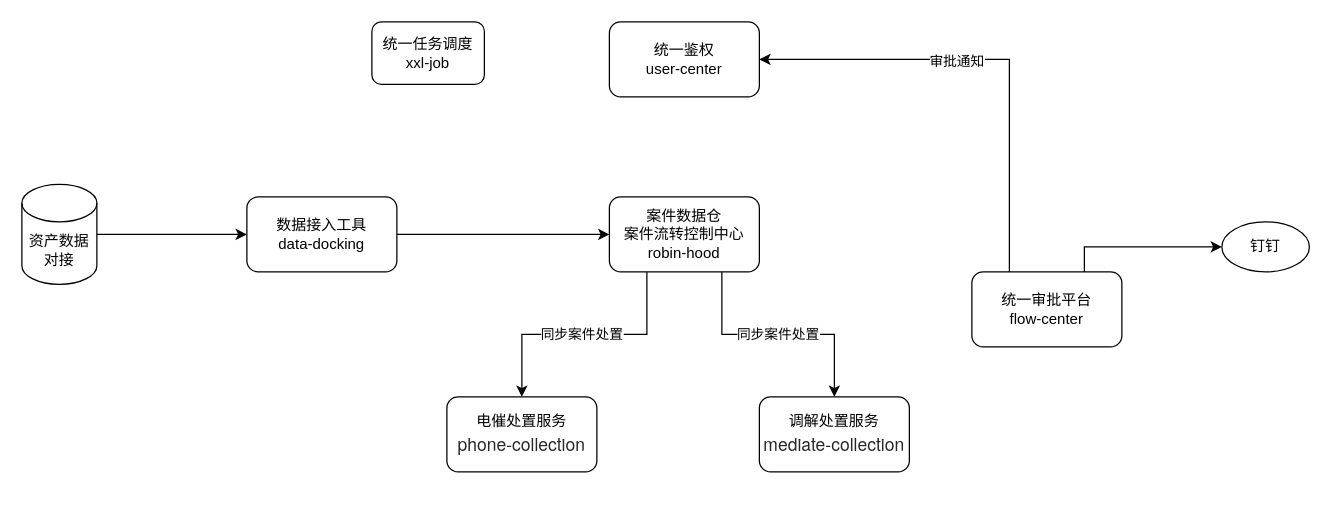
chaomings/simple keeps this draw.io diagram as Untitled Diagram.drawio. Above is the earlier version. Source tidied: cells renumbered, new cells numbered last; positions are measured from the earlier drawing's top-left corner, leaving out a move shared by most shapes. Both pictures are drawn from the tidied source at 125%, with x=0, y=0 at pixel (21, 21).
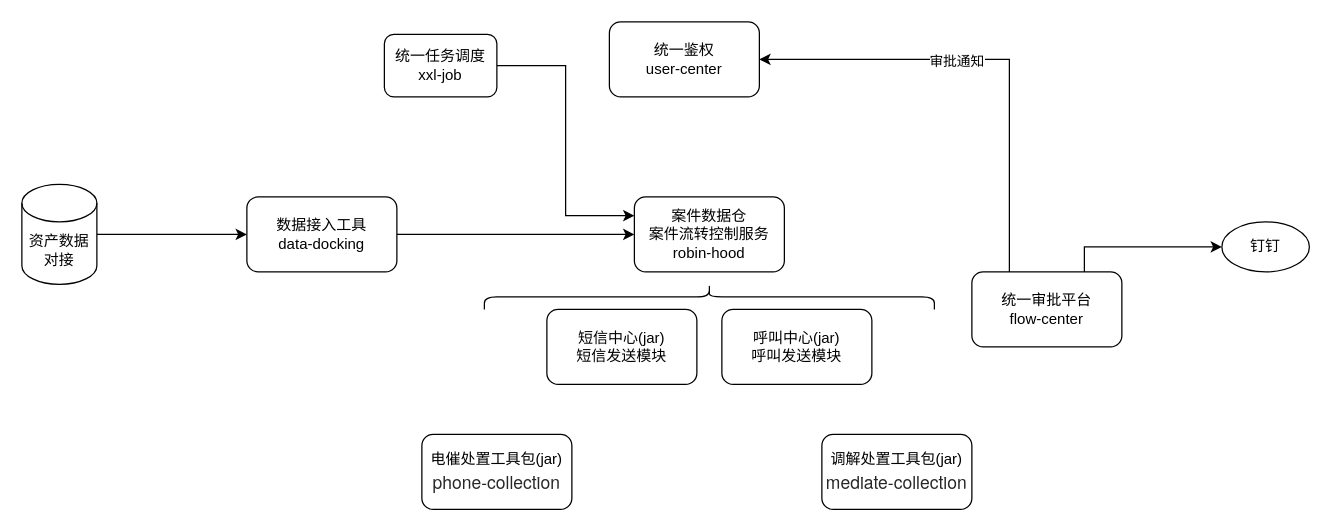
The same page after the edit.

What changed in the source:
```diff
@@
 <mxGraphModel>
   <root>
     <mxCell id="0" />
     <mxCell id="1" parent="0" />
     <mxCell id="2" value="统一鉴权&lt;br&gt;user-center" style="rounded=1;whiteSpace=wrap;html=1;" parent="1" vertex="1">
       <mxGeometry x="470" width="120" height="60" as="geometry" />
     </mxCell>
     <mxCell id="3" style="edgeStyle=orthogonalEdgeStyle;rounded=0;jettySize=auto;html=1;" parent="1" edge="1" source="4" target="10">
       <mxGeometry relative="1" as="geometry" />
     </mxCell>
     <mxCell id="4" value="数据接入工具&lt;br&gt;data-docking" style="rounded=1;whiteSpace=wrap;html=1;" parent="1" vertex="1">
       <mxGeometry x="180" y="140" width="120" height="60" as="geometry" />
     </mxCell>
     <mxCell id="5" style="edgeStyle=orthogonalEdgeStyle;rounded=0;jettySize=auto;html=1;entryX=0;entryY=0.5;entryDx=0;entryDy=0;" parent="1" edge="1" source="6" target="4">
       <mxGeometry relative="1" as="geometry" />
     </mxCell>
     <mxCell id="6" value="资产数据对接" style="shape=cylinder3;whiteSpace=wrap;html=1;boundedLbl=1;backgroundOutline=1;size=15;" parent="1" vertex="1">
       <mxGeometry y="130" width="60" height="80" as="geometry" />
     </mxCell>
-    <mxCell id="7" style="edgeStyle=orthogonalEdgeStyle;rounded=0;jettySize=auto;html=1;exitX=0.25;exitY=1;exitDx=0;exitDy=0;" parent="1" edge="1" source="10" target="11">
-      <mxGeometry relative="1" as="geometry" />
-    </mxCell>
-    <mxCell id="8" value="同步案件处置" style="edgeLabel;html=1;align=center;verticalAlign=middle;" parent="7" vertex="1">
-      <mxGeometry x="0.03" y="-1" relative="1" as="geometry" />
-    </mxCell>
-    <mxCell id="9" value="同步案件处置" style="edgeStyle=orthogonalEdgeStyle;rounded=0;jettySize=auto;html=1;exitX=0.75;exitY=1;exitDx=0;exitDy=0;" parent="1" edge="1" source="10" target="12">
-      <mxGeometry relative="1" as="geometry" />
-    </mxCell>
-    <mxCell id="10" value="案件数据仓&lt;br&gt;案件流转控制中心&lt;br&gt;robin-hood" style="rounded=1;whiteSpace=wrap;html=1;" parent="1" vertex="1">
-      <mxGeometry x="470" y="140" width="120" height="60" as="geometry" />
+    <mxCell id="10" value="案件数据仓&lt;br&gt;案件流转控制服务&lt;br&gt;robin-hood" style="rounded=1;whiteSpace=wrap;html=1;" parent="1" vertex="1">
+      <mxGeometry x="490" y="140" width="120" height="60" as="geometry" />
     </mxCell>
-    <mxCell id="11" value="电催处置服务&lt;br&gt;&lt;p class=&quot;p1&quot; style=&quot;margin: 0px ; font-stretch: normal ; font-size: 14px ; line-height: normal ; font-family: &amp;#34;helvetica neue&amp;#34; ; color: rgba(0 , 0 , 0 , 0.85)&quot;&gt;phone-collection&lt;/p&gt;" style="rounded=1;whiteSpace=wrap;html=1;" parent="1" vertex="1">
-      <mxGeometry x="340" y="300" width="120" height="60" as="geometry" />
+    <mxCell id="11" value="电催处置工具包(jar)&lt;br&gt;&lt;p class=&quot;p1&quot; style=&quot;margin: 0px ; font-stretch: normal ; font-size: 14px ; line-height: normal ; font-family: &amp;#34;helvetica neue&amp;#34; ; color: rgba(0 , 0 , 0 , 0.85)&quot;&gt;phone-collection&lt;/p&gt;" style="rounded=1;whiteSpace=wrap;html=1;" parent="1" vertex="1">
+      <mxGeometry x="320" y="330" width="120" height="60" as="geometry" />
     </mxCell>
-    <mxCell id="12" value="调解处置服务&lt;br&gt;&lt;p class=&quot;p1&quot; style=&quot;margin: 0px ; font-stretch: normal ; font-size: 14px ; line-height: normal ; font-family: &amp;#34;helvetica neue&amp;#34; ; color: rgba(0 , 0 , 0 , 0.85)&quot;&gt;&lt;span style=&quot;font-family: &amp;#34;helvetica neue&amp;#34;&quot;&gt;mediate&lt;/span&gt;-collection&lt;/p&gt;" style="rounded=1;whiteSpace=wrap;html=1;" parent="1" vertex="1">
-      <mxGeometry x="590" y="300" width="120" height="60" as="geometry" />
+    <mxCell id="12" value="调解处置工具包(jar)&lt;br&gt;&lt;p class=&quot;p1&quot; style=&quot;margin: 0px ; font-stretch: normal ; font-size: 14px ; line-height: normal ; font-family: &amp;#34;helvetica neue&amp;#34; ; color: rgba(0 , 0 , 0 , 0.85)&quot;&gt;&lt;span style=&quot;font-family: &amp;#34;helvetica neue&amp;#34;&quot;&gt;mediate&lt;/span&gt;-collection&lt;/p&gt;" style="rounded=1;whiteSpace=wrap;html=1;" parent="1" vertex="1">
+      <mxGeometry x="640" y="330" width="120" height="60" as="geometry" />
     </mxCell>
     <mxCell id="13" style="edgeStyle=orthogonalEdgeStyle;rounded=0;jettySize=auto;html=1;exitX=0.25;exitY=0;exitDx=0;exitDy=0;entryX=1;entryY=0.5;entryDx=0;entryDy=0;" parent="1" edge="1" source="16" target="2">
       <mxGeometry relative="1" as="geometry" />
     </mxCell>
     <mxCell id="14" value="审批通知" style="edgeLabel;html=1;align=center;verticalAlign=middle;" parent="13" vertex="1">
       <mxGeometry x="0.15" y="1" relative="1" as="geometry" />
     </mxCell>
     <mxCell id="15" style="edgeStyle=orthogonalEdgeStyle;rounded=0;jettySize=auto;html=1;exitX=0.75;exitY=0;exitDx=0;exitDy=0;" parent="1" edge="1" source="16" target="17">
       <mxGeometry relative="1" as="geometry" />
     </mxCell>
     <mxCell id="16" value="统一审批平台&lt;br&gt;flow-center" style="rounded=1;whiteSpace=wrap;html=1;" parent="1" vertex="1">
       <mxGeometry x="760" y="200" width="120" height="60" as="geometry" />
     </mxCell>
     <mxCell id="17" value="钉钉" style="ellipse;whiteSpace=wrap;html=1;" parent="1" vertex="1">
       <mxGeometry x="960" y="160" width="70" height="40" as="geometry" />
     </mxCell>
+    <mxCell id="19" style="edgeStyle=orthogonalEdgeStyle;rounded=0;jettySize=auto;html=1;entryX=0;entryY=0.25;entryDx=0;entryDy=0;" parent="1" edge="1" source="18" target="10">
+      <mxGeometry relative="1" as="geometry" />
+    </mxCell>
     <mxCell id="18" value="统一任务调度&lt;br&gt;xxl-job" style="rounded=1;whiteSpace=wrap;html=1;" parent="1" vertex="1">
-      <mxGeometry x="280" width="90" height="50" as="geometry" />
+      <mxGeometry x="290" y="10" width="90" height="50" as="geometry" />
     </mxCell>
+    <mxCell id="20" style="shape=curlyBracket;whiteSpace=wrap;html=1;rounded=1;flipH=1;rotation=-90;" parent="1" vertex="1">
+      <mxGeometry x="540" y="40" width="20" height="360" as="geometry" />
+    </mxCell>
+    <mxCell id="21" value="短信中心(jar)&lt;br&gt;短信发送模块" style="rounded=1;whiteSpace=wrap;html=1;" parent="1" vertex="1">
+      <mxGeometry x="420" y="230" width="120" height="60" as="geometry" />
+    </mxCell>
+    <mxCell id="22" value="呼叫中心(jar)&lt;br&gt;呼叫发送模块" style="rounded=1;whiteSpace=wrap;html=1;" parent="1" vertex="1">
+      <mxGeometry x="560" y="230" width="120" height="60" as="geometry" />
+    </mxCell>
   </root>
 </mxGraphModel>
```
